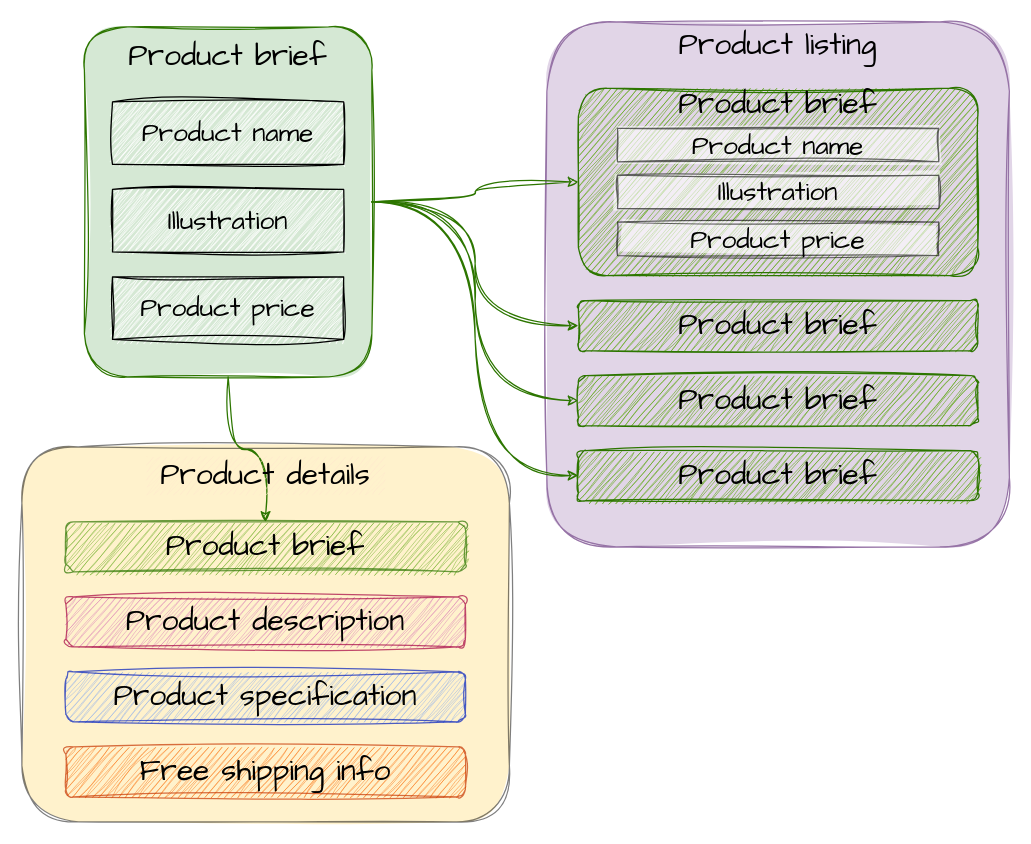
Before: content_modeling/modular_content_product_info_example.drawio in Kontent-ai-Learn/kontent-ai-learn-diagrams, a draw.io diagram. Source tidied: cells renumbered, new cells numbered last; positions are measured from the earlier drawing's top-left corner, leaving out a move shared by most shapes. Both pictures are drawn from the tidied source at 125%, with x=0, y=0 at pixel (21, 21).
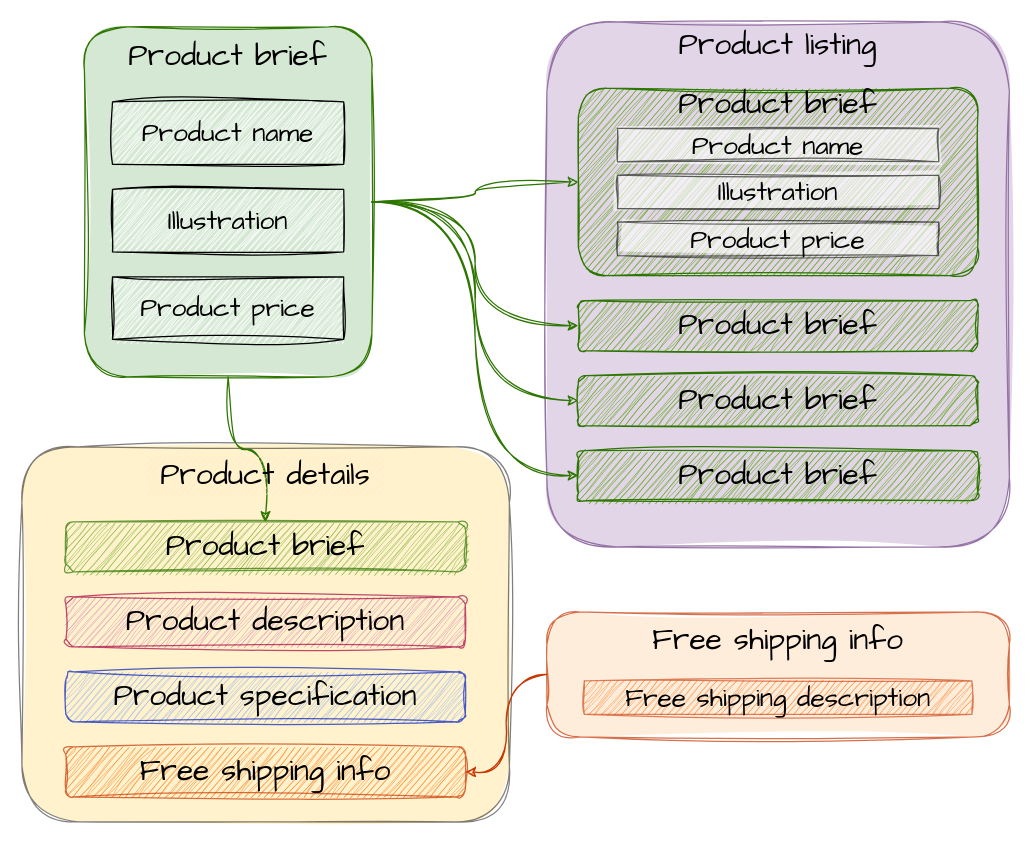
Above is the later version.

Unchanged cells that the change refers to:
```xml
<mxCell id="39" style="rounded=1;whiteSpace=wrap;html=1;sketch=1;hachureGap=4;jiggle=2;fontFamily=Architects Daughter;fontSize=20;fillStyle=auto;fillColor=#fa6800;strokeColor=#C73500;fontColor=#000000;opacity=70;" parent="1" vertex="1">
  <mxGeometry x="35.2" y="580" width="319.6" height="40" as="geometry" />
</mxCell>
```

Change to the diagram source:
```diff
@@
+    <mxCell id="41" style="edgeStyle=orthogonalEdgeStyle;curved=1;rounded=0;sketch=1;hachureGap=4;jiggle=2;jettySize=auto;html=1;exitX=0;exitY=0.5;exitDx=0;exitDy=0;entryX=1;entryY=0.5;entryDx=0;entryDy=0;fontFamily=Architects Daughter;fontSize=24;elbow=vertical;fillColor=#fa6800;strokeColor=#C73500;" parent="1" edge="1" source="42" target="39">
+      <mxGeometry relative="1" as="geometry" />
+    </mxCell>
+    <mxCell id="42" style="rounded=1;whiteSpace=wrap;html=1;sketch=1;hachureGap=4;jiggle=2;fontFamily=Architects Daughter;fontSize=20;fillStyle=solid;fillColor=#FFE6CC;strokeColor=#C73500;fontColor=#000000;opacity=70;arcSize=26;" parent="1" vertex="1">
+      <mxGeometry x="420" y="472" width="370" height="100" as="geometry" />
+    </mxCell>
+    <mxCell id="43" value="Free shipping info" style="text;html=1;strokeColor=none;fillColor=none;align=center;verticalAlign=middle;whiteSpace=wrap;rounded=0;sketch=1;hachureGap=4;jiggle=2;fontFamily=Architects Daughter;fontSize=24;" parent="1" vertex="1">
+      <mxGeometry x="473" y="487" width="264" height="16.1" as="geometry" />
+    </mxCell>
+    <mxCell id="44" style="rounded=0;whiteSpace=wrap;html=1;sketch=1;hachureGap=4;jiggle=2;fontFamily=Architects Daughter;fontSize=24;fillColor=#fa6800;fillStyle=auto;opacity=60;fontColor=#000000;strokeColor=#C73500;" parent="1" vertex="1">
+      <mxGeometry x="450" y="527.2" width="310" height="26.8" as="geometry" />
+    </mxCell>
+    <mxCell id="45" value="Free shipping description" style="text;html=1;strokeColor=none;fillColor=none;align=center;verticalAlign=middle;whiteSpace=wrap;rounded=0;sketch=1;hachureGap=4;jiggle=2;fontFamily=Architects Daughter;fontSize=21;" parent="1" vertex="1">
+      <mxGeometry x="470" y="532.6" width="270" height="16.1" as="geometry" />
+    </mxCell>
```
